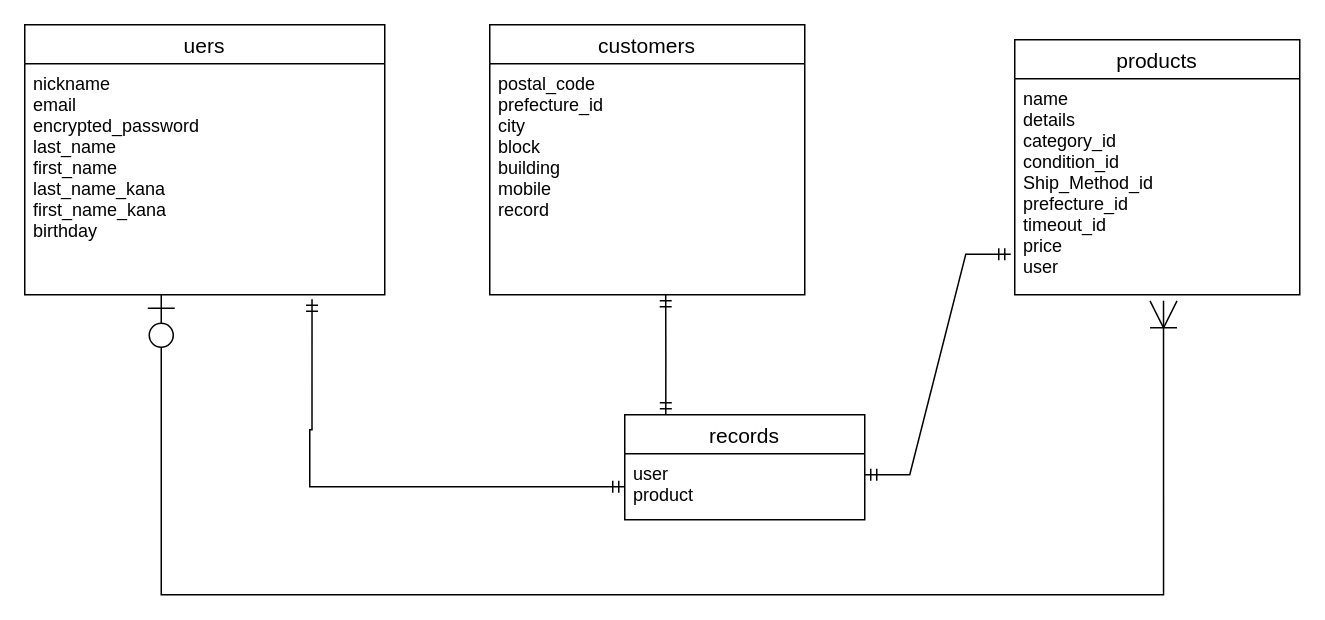
The draw.io diagram test.dio in ik373321/furima-35526, before the edit. Source tidied: cells renumbered, new cells numbered last; positions are measured from the earlier drawing's top-left corner, leaving out a move shared by most shapes. Both pictures are drawn from the tidied source at 150%, with x=0, y=0 at pixel (24, 24).
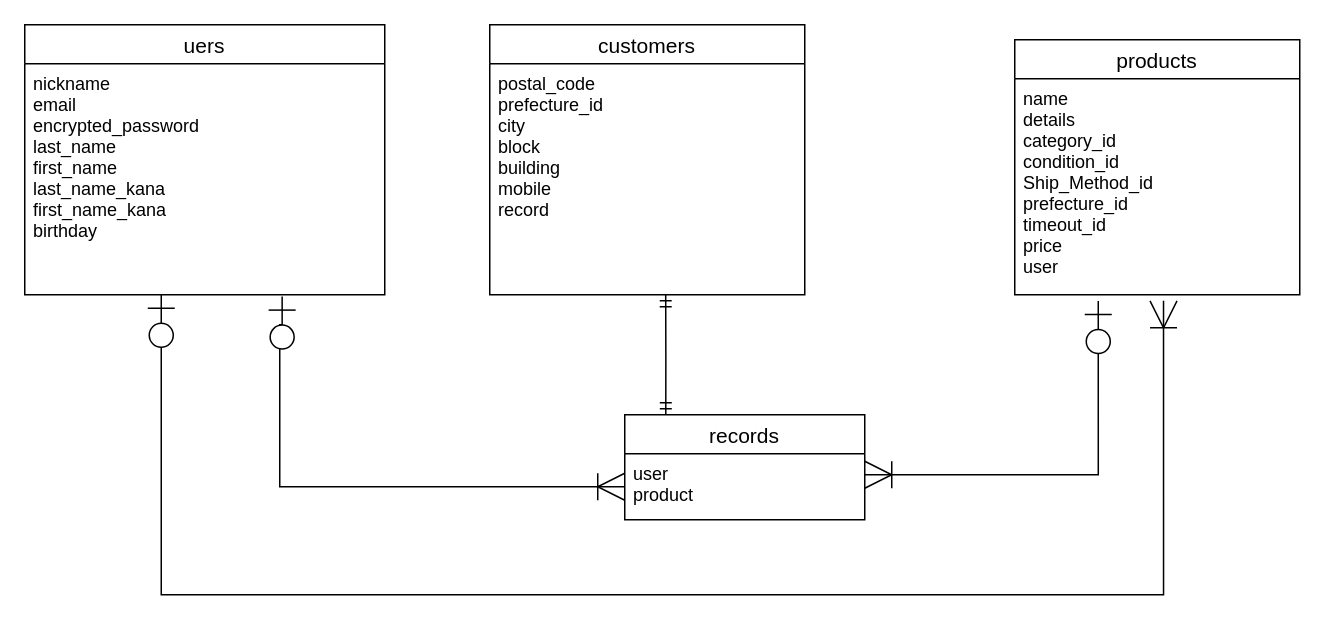
After the change.

Commit message (it also covers changes not shown here):
カラム名を小文字に

Change to the diagram source:
```diff
@@
 <mxGraphModel>
   <root>
     <mxCell id="0" />
     <mxCell id="1" parent="0" />
     <mxCell id="2" value="uers" style="swimlane;fontStyle=0;horizontal=1;startSize=26;align=center;fontSize=14;" parent="1" vertex="1">
       <mxGeometry width="240" height="180" as="geometry" />
     </mxCell>
     <mxCell id="3" value="nickname&#10;email&#10;encrypted_password&#10;last_name&#10;first_name&#10;last_name_kana&#10;first_name_kana&#10;birthday" style="text;strokeColor=none;fillColor=none;spacingLeft=4;spacingRight=4;overflow=hidden;points=[[0,0.5],[1,0.5]];portConstraint=eastwest;fontSize=12;strokeWidth=41;" parent="2" vertex="1">
       <mxGeometry y="26" width="240" height="154" as="geometry" />
     </mxCell>
     <mxCell id="4" value="customers" style="swimlane;fontStyle=0;horizontal=1;startSize=26;align=center;fontSize=14;" parent="1" vertex="1">
       <mxGeometry x="310" width="210" height="180" as="geometry" />
     </mxCell>
     <mxCell id="5" value="postal_code&#10;prefecture_id&#10;city&#10;block&#10;building&#10;mobile&#10;record " style="text;strokeColor=none;fillColor=none;spacingLeft=4;spacingRight=4;overflow=hidden;fontSize=12;" parent="4" vertex="1">
       <mxGeometry y="26" width="210" height="154" as="geometry" />
     </mxCell>
     <mxCell id="6" value="records" style="swimlane;fontStyle=0;horizontal=1;startSize=26;align=center;fontSize=14;" parent="1" vertex="1">
       <mxGeometry x="400" y="260" width="160" height="70" as="geometry" />
     </mxCell>
     <mxCell id="7" value="user&#10;product" style="text;strokeColor=none;fillColor=none;spacingLeft=4;spacingRight=4;overflow=hidden;points=[[0,0.5],[1,0.5]];portConstraint=eastwest;fontSize=12;" parent="6" vertex="1">
       <mxGeometry y="26" width="160" height="44" as="geometry" />
     </mxCell>
     <mxCell id="8" value="products" style="swimlane;fontStyle=0;horizontal=1;startSize=26;align=center;fontSize=14;" parent="1" vertex="1">
       <mxGeometry x="660" y="10" width="190" height="170" as="geometry" />
     </mxCell>
     <mxCell id="9" value="name&#10;details&#10; category_id  &#10;condition_id&#10;Ship_Method_id&#10;prefecture_id&#10;timeout_id&#10;price  &#10;user" style="text;strokeColor=none;fillColor=none;spacingLeft=4;spacingRight=4;overflow=hidden;points=[[0,0.5],[1,0.5]];portConstraint=eastwest;fontSize=12;" parent="8" vertex="1">
       <mxGeometry y="26" width="190" height="144" as="geometry" />
     </mxCell>
-    <mxCell id="10" style="edgeStyle=entityRelationEdgeStyle;fontSize=12;html=1;endArrow=ERmandOne;startArrow=ERmandOne;entryX=-0.014;entryY=0.813;entryDx=0;entryDy=0;entryPerimeter=0;rounded=0;" parent="1" edge="1" target="9">
-      <mxGeometry relative="1" as="geometry">
-        <mxPoint x="560" y="300" as="sourcePoint" />
-      </mxGeometry>
-    </mxCell>
     <mxCell id="11" style="edgeStyle=orthogonalEdgeStyle;fontSize=12;html=1;endArrow=ERoneToMany;startArrow=ERzeroToOne;rounded=0;entryX=0.522;entryY=1.028;entryDx=0;entryDy=0;entryPerimeter=0;endSize=16;startSize=16;" parent="1" edge="1" target="9">
       <mxGeometry relative="1" as="geometry">
         <mxPoint x="91" y="180" as="sourcePoint" />
         <Array as="points">
           <mxPoint x="91" y="380" />
           <mxPoint x="759" y="380" />
         </Array>
       </mxGeometry>
     </mxCell>
     <mxCell id="12" style="edgeStyle=orthogonalEdgeStyle;fontSize=12;html=1;endArrow=ERmandOne;startArrow=ERmandOne;rounded=0;exitX=0.171;exitY=0;exitDx=0;exitDy=0;exitPerimeter=0;" parent="1" edge="1" source="6">
       <mxGeometry relative="1" as="geometry">
         <mxPoint x="427.3" y="180" as="targetPoint" />
       </mxGeometry>
     </mxCell>
-    <mxCell id="13" style="edgeStyle=orthogonalEdgeStyle;fontSize=12;html=1;endArrow=ERmandOne;startArrow=ERmandOne;rounded=0;entryX=0.798;entryY=1.019;entryDx=0;entryDy=0;entryPerimeter=0;exitX=0;exitY=0.5;exitDx=0;exitDy=0;" parent="1" edge="1" source="7" target="3">
-      <mxGeometry relative="1" as="geometry">
-        <Array as="points">
-          <mxPoint x="190" y="308" />
-          <mxPoint x="190" y="270" />
-          <mxPoint x="192" y="270" />
-        </Array>
-      </mxGeometry>
-    </mxCell>
+    <mxCell id="14" style="edgeStyle=orthogonalEdgeStyle;fontSize=12;html=1;endArrow=ERoneToMany;startArrow=ERzeroToOne;rounded=0;endSize=16;startSize=16;exitX=0.293;exitY=1.029;exitDx=0;exitDy=0;exitPerimeter=0;entryX=1;entryY=0.318;entryDx=0;entryDy=0;entryPerimeter=0;" parent="1" edge="1" source="9" target="7">
+      <mxGeometry relative="1" as="geometry">
+        <Array as="points">
+          <mxPoint x="716" y="300" />
+        </Array>
+      </mxGeometry>
+    </mxCell>
+    <mxCell id="15" style="edgeStyle=orthogonalEdgeStyle;fontSize=12;html=1;endArrow=ERoneToMany;startArrow=ERzeroToOne;rounded=0;endSize=16;startSize=16;entryX=0;entryY=0.5;entryDx=0;entryDy=0;exitX=0.715;exitY=1.008;exitDx=0;exitDy=0;exitPerimeter=0;" parent="1" edge="1" source="3" target="7">
+      <mxGeometry relative="1" as="geometry">
+        <Array as="points">
+          <mxPoint x="172" y="200" />
+          <mxPoint x="170" y="200" />
+          <mxPoint x="170" y="308" />
+        </Array>
+      </mxGeometry>
+    </mxCell>
   </root>
 </mxGraphModel>
```
